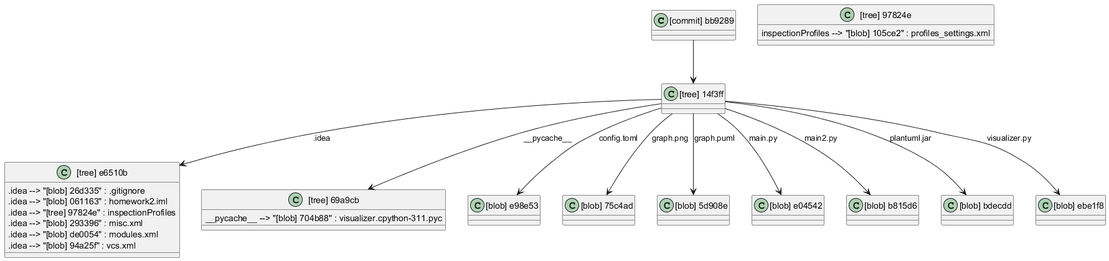
Earlier version of the PlantUML export graph.png (whiteicesky/git-commit-parser).
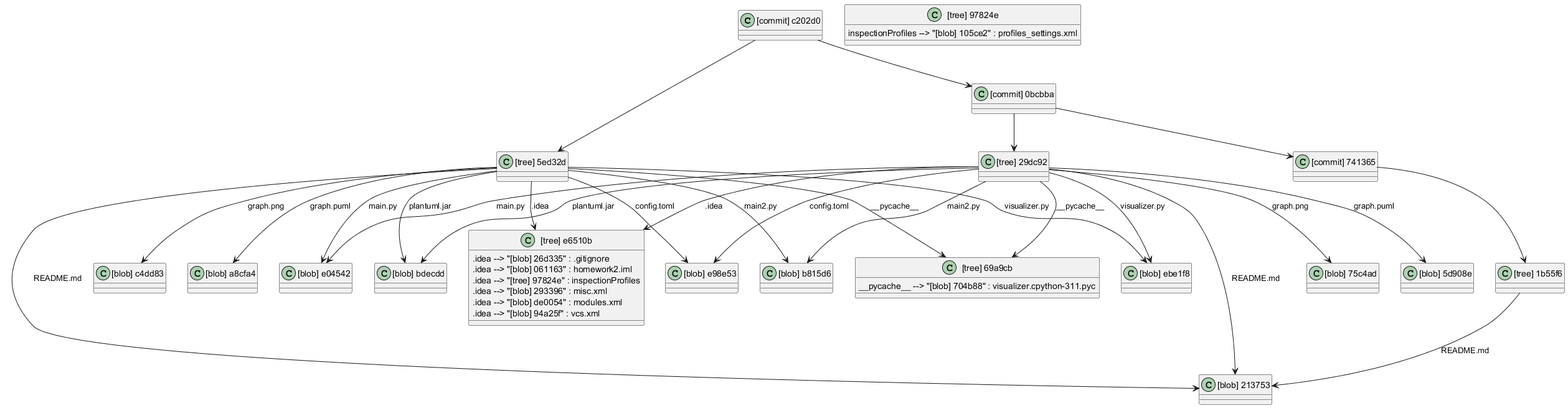
After the commit.

What changed in the source:
```diff
@@ -1,6 +1,6 @@
 @startuml
-    "[commit] bb9289" --> "[tree] 14f3ff"
-    "[tree] 14f3ff" --> "[tree] e6510b" : .idea
+    "[commit] c202d0" --> "[tree] 5ed32d"
+    "[tree] 5ed32d" --> "[tree] e6510b" : .idea
     "[tree] e6510b" : .idea --> "[blob] 26d335" : .gitignore
     "[tree] e6510b" : .idea --> "[blob] 061163" : homework2.iml
     "[tree] e6510b" : .idea --> "[tree] 97824e" : inspectionProfiles
@@ -8,13 +8,29 @@
     "[tree] e6510b" : .idea --> "[blob] 293396" : misc.xml
     "[tree] e6510b" : .idea --> "[blob] de0054" : modules.xml
     "[tree] e6510b" : .idea --> "[blob] 94a25f" : vcs.xml
-    "[tree] 14f3ff" --> "[tree] 69a9cb" : __pycache__
+    "[tree] 5ed32d" --> "[blob] 213753" : README.md
+    "[tree] 5ed32d" --> "[tree] 69a9cb" : __pycache__
     "[tree] 69a9cb" : __pycache__ --> "[blob] 704b88" : visualizer.cpython-311.pyc
-    "[tree] 14f3ff" --> "[blob] e98e53" : config.toml
-    "[tree] 14f3ff" --> "[blob] 75c4ad" : graph.png
-    "[tree] 14f3ff" --> "[blob] 5d908e" : graph.puml
-    "[tree] 14f3ff" --> "[blob] e04542" : main.py
-    "[tree] 14f3ff" --> "[blob] b815d6" : main2.py
-    "[tree] 14f3ff" --> "[blob] bdecdd" : plantuml.jar
-    "[tree] 14f3ff" --> "[blob] ebe1f8" : visualizer.py
+    "[tree] 5ed32d" --> "[blob] e98e53" : config.toml
+    "[tree] 5ed32d" --> "[blob] c4dd83" : graph.png
+    "[tree] 5ed32d" --> "[blob] a8cfa4" : graph.puml
+    "[tree] 5ed32d" --> "[blob] e04542" : main.py
+    "[tree] 5ed32d" --> "[blob] b815d6" : main2.py
+    "[tree] 5ed32d" --> "[blob] bdecdd" : plantuml.jar
+    "[tree] 5ed32d" --> "[blob] ebe1f8" : visualizer.py
+    "[commit] c202d0" --> "[commit] 0bcbba"
+    "[commit] 0bcbba" --> "[tree] 29dc92"
+    "[tree] 29dc92" --> "[tree] e6510b" : .idea
+    "[tree] 29dc92" --> "[blob] 213753" : README.md
+    "[tree] 29dc92" --> "[tree] 69a9cb" : __pycache__
+    "[tree] 29dc92" --> "[blob] e98e53" : config.toml
+    "[tree] 29dc92" --> "[blob] 75c4ad" : graph.png
+    "[tree] 29dc92" --> "[blob] 5d908e" : graph.puml
+    "[tree] 29dc92" --> "[blob] e04542" : main.py
+    "[tree] 29dc92" --> "[blob] b815d6" : main2.py
+    "[tree] 29dc92" --> "[blob] bdecdd" : plantuml.jar
+    "[tree] 29dc92" --> "[blob] ebe1f8" : visualizer.py
+    "[commit] 0bcbba" --> "[commit] 741365"
+    "[commit] 741365" --> "[tree] 1b55f6"
+    "[tree] 1b55f6" --> "[blob] 213753" : README.md
 @enduml
```
